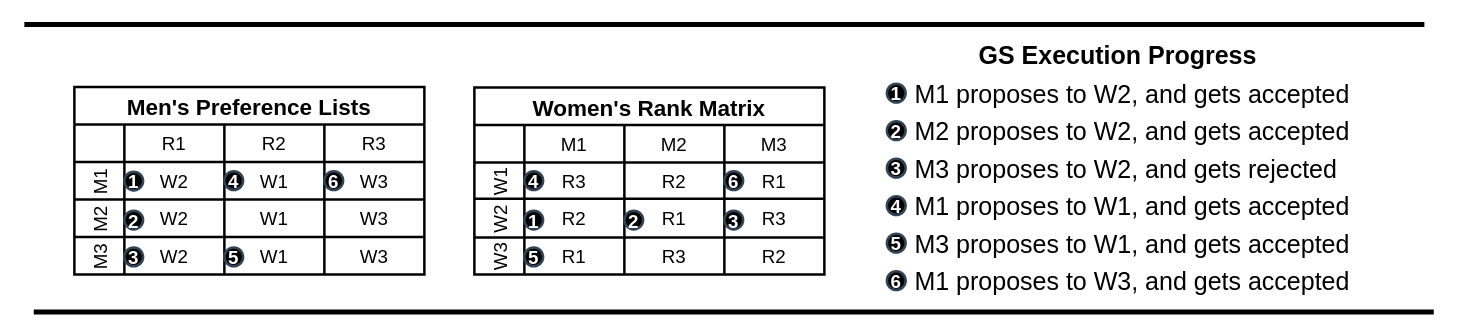
Earlier version of the draw.io diagram GSExecution.drawio (victorliu-sq/BambooSMP-Figures). Source tidied: cells renumbered, new cells numbered last; positions are measured from the earlier drawing's top-left corner, leaving out a move shared by most shapes. Both pictures are drawn from the tidied source at 125%, with x=0, y=0 at pixel (24, 24).
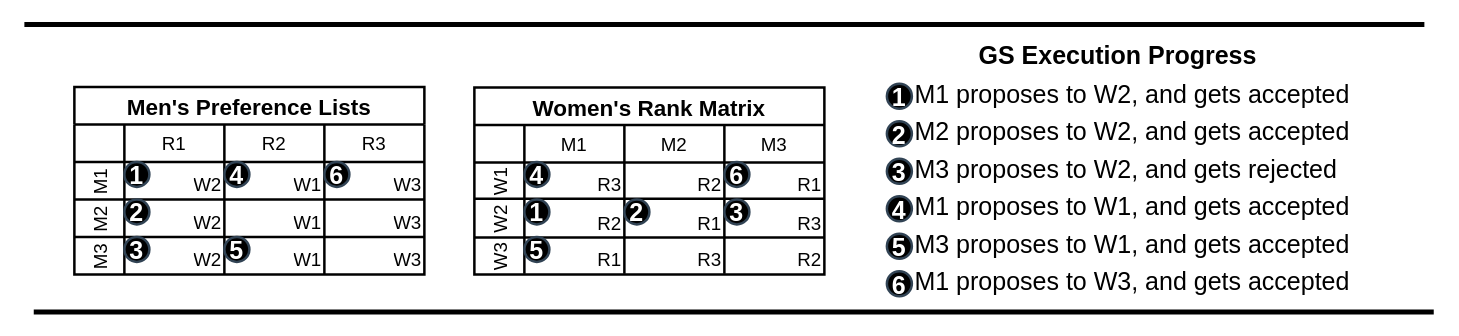
The same diagram, later.

The change refers to these unchanged cells:
```xml
<mxCell id="7" value="M1" style="shape=tableRow;horizontal=0;startSize=40;swimlaneHead=0;swimlaneBody=0;strokeColor=inherit;top=0;left=0;bottom=0;right=0;fillColor=none;fontSize=15;strokeWidth=2;" parent="2" vertex="1">
  <mxGeometry y="60" width="280" height="30" as="geometry" />
</mxCell>
<mxCell id="11" value="M2" style="shape=tableRow;horizontal=0;startSize=40;swimlaneHead=0;swimlaneBody=0;strokeColor=inherit;top=0;left=0;bottom=0;right=0;fillColor=none;fontSize=15;strokeWidth=2;" parent="2" vertex="1">
  <mxGeometry y="90" width="280" height="30" as="geometry" />
</mxCell>
<mxCell id="15" value="M3" style="shape=tableRow;horizontal=0;startSize=40;swimlaneHead=0;swimlaneBody=0;strokeColor=inherit;top=0;left=0;bottom=0;right=0;fillColor=none;fontSize=15;strokeWidth=2;" parent="2" vertex="1">
  <mxGeometry y="120" width="280" height="30" as="geometry" />
</mxCell>
<mxCell id="24" value="W1" style="shape=tableRow;horizontal=0;startSize=40;swimlaneHead=0;swimlaneBody=0;strokeColor=inherit;top=0;left=0;bottom=0;right=0;fillColor=none;fontSize=15;strokeWidth=2;" parent="19" vertex="1">
  <mxGeometry y="60" width="280" height="29" as="geometry" />
</mxCell>
<mxCell id="28" value="W2" style="shape=tableRow;horizontal=0;startSize=40;swimlaneHead=0;swimlaneBody=0;strokeColor=inherit;top=0;left=0;bottom=0;right=0;fillColor=none;fontSize=15;strokeWidth=2;" parent="19" vertex="1">
  <mxGeometry y="89" width="280" height="31" as="geometry" />
</mxCell>
<mxCell id="32" value="W3" style="shape=tableRow;horizontal=0;startSize=40;swimlaneHead=0;swimlaneBody=0;strokeColor=inherit;top=0;left=0;bottom=0;right=0;fillColor=none;fontSize=15;strokeWidth=2;" parent="19" vertex="1">
  <mxGeometry y="120" width="280" height="29" as="geometry" />
</mxCell>
```

Diff of the diagram source:
```diff
@@
-    <mxCell id="8" value="W2" style="shape=partialRectangle;html=1;whiteSpace=wrap;overflow=hidden;top=0;left=0;bottom=0;right=0;strokeColor=default;fillColor=none;fontSize=15;strokeWidth=2;" parent="7" vertex="1">
+    <mxCell id="8" value="W2" style="shape=partialRectangle;html=1;whiteSpace=wrap;overflow=hidden;top=0;left=0;bottom=0;right=0;strokeColor=default;fillColor=none;fontSize=15;strokeWidth=2;verticalAlign=bottom;align=right;" parent="7" vertex="1">
       <mxGeometry x="40" width="80" height="30" as="geometry" />
     </mxCell>
-    <mxCell id="9" value="W1" style="shape=partialRectangle;html=1;whiteSpace=wrap;overflow=hidden;top=0;left=0;bottom=0;right=0;fillColor=none;labelBackgroundColor=none;labelBorderColor=none;strokeColor=default;shadow=0;backgroundOutline=0;fontSize=15;strokeWidth=2;" parent="7" vertex="1">
+    <mxCell id="9" value="W1" style="shape=partialRectangle;html=1;whiteSpace=wrap;overflow=hidden;top=0;left=0;bottom=0;right=0;fillColor=none;labelBackgroundColor=none;labelBorderColor=none;strokeColor=default;shadow=0;backgroundOutline=0;fontSize=15;strokeWidth=2;verticalAlign=bottom;align=right;" parent="7" vertex="1">
       <mxGeometry x="120" width="80" height="30" as="geometry" />
     </mxCell>
-    <mxCell id="10" value="W3" style="shape=partialRectangle;html=1;whiteSpace=wrap;overflow=hidden;top=0;left=0;bottom=0;right=0;fillColor=none;fontSize=15;strokeWidth=2;" parent="7" vertex="1">
+    <mxCell id="10" value="W3" style="shape=partialRectangle;html=1;whiteSpace=wrap;overflow=hidden;top=0;left=0;bottom=0;right=0;fillColor=none;fontSize=15;strokeWidth=2;verticalAlign=bottom;align=right;" parent="7" vertex="1">
       <mxGeometry x="200" width="80" height="30" as="geometry" />
     </mxCell>
@@
-    <mxCell id="12" value="W2" style="shape=partialRectangle;html=1;whiteSpace=wrap;overflow=hidden;top=0;left=0;bottom=0;right=0;strokeOpacity=100;fillColor=none;fontSize=15;strokeWidth=2;" parent="11" vertex="1">
+    <mxCell id="12" value="W2" style="shape=partialRectangle;html=1;whiteSpace=wrap;overflow=hidden;top=0;left=0;bottom=0;right=0;strokeOpacity=100;fillColor=none;fontSize=15;strokeWidth=2;verticalAlign=bottom;align=right;" parent="11" vertex="1">
       <mxGeometry x="40" width="80" height="30" as="geometry" />
     </mxCell>
-    <mxCell id="13" value="W1" style="shape=partialRectangle;html=1;whiteSpace=wrap;strokeColor=inherit;overflow=hidden;fillColor=none;top=0;left=0;bottom=0;right=0;fontSize=15;strokeWidth=2;" parent="11" vertex="1">
+    <mxCell id="13" value="W1" style="shape=partialRectangle;html=1;whiteSpace=wrap;strokeColor=inherit;overflow=hidden;fillColor=none;top=0;left=0;bottom=0;right=0;fontSize=15;strokeWidth=2;verticalAlign=bottom;align=right;" parent="11" vertex="1">
       <mxGeometry x="120" width="80" height="30" as="geometry" />
     </mxCell>
-    <mxCell id="14" value="W3" style="shape=partialRectangle;html=1;whiteSpace=wrap;strokeColor=inherit;overflow=hidden;fillColor=none;top=0;left=0;bottom=0;right=0;fontSize=15;strokeWidth=2;" parent="11" vertex="1">
+    <mxCell id="14" value="W3" style="shape=partialRectangle;html=1;whiteSpace=wrap;strokeColor=inherit;overflow=hidden;fillColor=none;top=0;left=0;bottom=0;right=0;fontSize=15;strokeWidth=2;verticalAlign=bottom;align=right;" parent="11" vertex="1">
       <mxGeometry x="200" width="80" height="30" as="geometry" />
     </mxCell>
@@
-    <mxCell id="16" value="W2" style="shape=partialRectangle;html=1;whiteSpace=wrap;overflow=hidden;top=0;left=0;bottom=0;right=0;fillColor=none;fontSize=15;strokeWidth=2;" parent="15" vertex="1">
+    <mxCell id="16" value="W2" style="shape=partialRectangle;html=1;whiteSpace=wrap;overflow=hidden;top=0;left=0;bottom=0;right=0;fillColor=none;fontSize=15;strokeWidth=2;verticalAlign=bottom;align=right;" parent="15" vertex="1">
       <mxGeometry x="40" width="80" height="30" as="geometry" />
     </mxCell>
-    <mxCell id="17" value="W1" style="shape=partialRectangle;html=1;whiteSpace=wrap;overflow=hidden;top=0;left=0;bottom=0;right=0;fillColor=none;fontSize=15;strokeWidth=2;" parent="15" vertex="1">
+    <mxCell id="17" value="W1" style="shape=partialRectangle;html=1;whiteSpace=wrap;overflow=hidden;top=0;left=0;bottom=0;right=0;fillColor=none;fontSize=15;strokeWidth=2;verticalAlign=bottom;align=right;" parent="15" vertex="1">
       <mxGeometry x="120" width="80" height="30" as="geometry" />
     </mxCell>
-    <mxCell id="18" value="W3" style="shape=partialRectangle;html=1;whiteSpace=wrap;strokeColor=inherit;overflow=hidden;fillColor=none;top=0;left=0;bottom=0;right=0;fontSize=15;strokeWidth=2;" parent="15" vertex="1">
+    <mxCell id="18" value="W3" style="shape=partialRectangle;html=1;whiteSpace=wrap;strokeColor=inherit;overflow=hidden;fillColor=none;top=0;left=0;bottom=0;right=0;fontSize=15;strokeWidth=2;verticalAlign=bottom;align=right;" parent="15" vertex="1">
       <mxGeometry x="200" width="80" height="30" as="geometry" />
     </mxCell>
@@
-    <mxCell id="25" value="R3" style="shape=partialRectangle;html=1;whiteSpace=wrap;strokeColor=inherit;overflow=hidden;fillColor=none;top=0;left=0;bottom=0;right=0;fontSize=15;strokeWidth=2;" parent="24" vertex="1">
+    <mxCell id="25" value="R3" style="shape=partialRectangle;html=1;whiteSpace=wrap;strokeColor=inherit;overflow=hidden;fillColor=none;top=0;left=0;bottom=0;right=0;fontSize=15;strokeWidth=2;verticalAlign=bottom;align=right;" parent="24" vertex="1">
       <mxGeometry x="40" width="80" height="29" as="geometry" />
     </mxCell>
-    <mxCell id="26" value="R2" style="shape=partialRectangle;html=1;whiteSpace=wrap;strokeColor=inherit;overflow=hidden;fillColor=none;top=0;left=0;bottom=0;right=0;fontSize=15;strokeWidth=2;" parent="24" vertex="1">
+    <mxCell id="26" value="R2" style="shape=partialRectangle;html=1;whiteSpace=wrap;strokeColor=inherit;overflow=hidden;fillColor=none;top=0;left=0;bottom=0;right=0;fontSize=15;strokeWidth=2;verticalAlign=bottom;align=right;" parent="24" vertex="1">
       <mxGeometry x="120" width="80" height="29" as="geometry" />
     </mxCell>
-    <mxCell id="27" value="R1" style="shape=partialRectangle;html=1;whiteSpace=wrap;strokeColor=inherit;overflow=hidden;fillColor=none;top=0;left=0;bottom=0;right=0;fontSize=15;strokeWidth=2;" parent="24" vertex="1">
+    <mxCell id="27" value="R1" style="shape=partialRectangle;html=1;whiteSpace=wrap;strokeColor=inherit;overflow=hidden;fillColor=none;top=0;left=0;bottom=0;right=0;fontSize=15;strokeWidth=2;verticalAlign=bottom;align=right;" parent="24" vertex="1">
       <mxGeometry x="200" width="80" height="29" as="geometry" />
     </mxCell>
@@
-    <mxCell id="29" value="R2" style="shape=partialRectangle;html=1;whiteSpace=wrap;strokeColor=inherit;overflow=hidden;fillColor=none;top=0;left=0;bottom=0;right=0;fontSize=15;strokeWidth=2;" parent="28" vertex="1">
+    <mxCell id="29" value="R2" style="shape=partialRectangle;html=1;whiteSpace=wrap;strokeColor=inherit;overflow=hidden;fillColor=none;top=0;left=0;bottom=0;right=0;fontSize=15;strokeWidth=2;verticalAlign=bottom;align=right;" parent="28" vertex="1">
       <mxGeometry x="40" width="80" height="31" as="geometry" />
     </mxCell>
-    <mxCell id="30" value="R1" style="shape=partialRectangle;html=1;whiteSpace=wrap;strokeColor=inherit;overflow=hidden;fillColor=none;top=0;left=0;bottom=0;right=0;fontSize=15;strokeWidth=2;" parent="28" vertex="1">
+    <mxCell id="30" value="R1" style="shape=partialRectangle;html=1;whiteSpace=wrap;strokeColor=inherit;overflow=hidden;fillColor=none;top=0;left=0;bottom=0;right=0;fontSize=15;strokeWidth=2;verticalAlign=bottom;align=right;" parent="28" vertex="1">
       <mxGeometry x="120" width="80" height="31" as="geometry" />
     </mxCell>
-    <mxCell id="31" value="R3" style="shape=partialRectangle;html=1;whiteSpace=wrap;strokeColor=inherit;overflow=hidden;fillColor=none;top=0;left=0;bottom=0;right=0;fontSize=15;strokeWidth=2;" parent="28" vertex="1">
+    <mxCell id="31" value="R3" style="shape=partialRectangle;html=1;whiteSpace=wrap;strokeColor=inherit;overflow=hidden;fillColor=none;top=0;left=0;bottom=0;right=0;fontSize=15;strokeWidth=2;verticalAlign=bottom;align=right;" parent="28" vertex="1">
       <mxGeometry x="200" width="80" height="31" as="geometry" />
     </mxCell>
@@
-    <mxCell id="33" value="R1" style="shape=partialRectangle;html=1;whiteSpace=wrap;strokeColor=inherit;overflow=hidden;fillColor=none;top=0;left=0;bottom=0;right=0;fontSize=15;strokeWidth=2;" parent="32" vertex="1">
+    <mxCell id="33" value="R1" style="shape=partialRectangle;html=1;whiteSpace=wrap;strokeColor=inherit;overflow=hidden;fillColor=none;top=0;left=0;bottom=0;right=0;fontSize=15;strokeWidth=2;verticalAlign=bottom;align=right;" parent="32" vertex="1">
       <mxGeometry x="40" width="80" height="29" as="geometry" />
     </mxCell>
-    <mxCell id="34" value="R3" style="shape=partialRectangle;html=1;whiteSpace=wrap;strokeColor=inherit;overflow=hidden;fillColor=none;top=0;left=0;bottom=0;right=0;fontSize=15;strokeWidth=2;" parent="32" vertex="1">
+    <mxCell id="34" value="R3" style="shape=partialRectangle;html=1;whiteSpace=wrap;strokeColor=inherit;overflow=hidden;fillColor=none;top=0;left=0;bottom=0;right=0;fontSize=15;strokeWidth=2;verticalAlign=bottom;align=right;" parent="32" vertex="1">
       <mxGeometry x="120" width="80" height="29" as="geometry" />
     </mxCell>
-    <mxCell id="35" value="R2" style="shape=partialRectangle;html=1;whiteSpace=wrap;strokeColor=inherit;overflow=hidden;fillColor=none;top=0;left=0;bottom=0;right=0;fontSize=15;strokeWidth=2;" parent="32" vertex="1">
+    <mxCell id="35" value="R2" style="shape=partialRectangle;html=1;whiteSpace=wrap;strokeColor=inherit;overflow=hidden;fillColor=none;top=0;left=0;bottom=0;right=0;fontSize=15;strokeWidth=2;verticalAlign=bottom;align=right;" parent="32" vertex="1">
       <mxGeometry x="200" width="80" height="29" as="geometry" />
     </mxCell>
-    <mxCell id="36" value="1" style="ellipse;whiteSpace=wrap;html=1;strokeColor=#314354;align=center;verticalAlign=middle;fontFamily=Helvetica;fontSize=15;fillColor=#000000;fontColor=#ffffff;fontStyle=1;strokeWidth=2;" parent="1" vertex="1">
-      <mxGeometry x="690" y="47.5" width="15" height="15" as="geometry" />
+    <mxCell id="36" value="1" style="ellipse;whiteSpace=wrap;html=1;strokeColor=#314354;align=center;verticalAlign=middle;fontFamily=Helvetica;fontSize=20;fillColor=#000000;fontColor=#ffffff;fontStyle=1;strokeWidth=2;" parent="1" vertex="1">
+      <mxGeometry x="690" y="47.5" width="20" height="20" as="geometry" />
     </mxCell>
-    <mxCell id="37" value="2" style="ellipse;whiteSpace=wrap;html=1;strokeColor=#314354;align=center;verticalAlign=middle;fontFamily=Helvetica;fontSize=15;fillColor=#000000;fontColor=#ffffff;fontStyle=1;strokeWidth=2;" parent="1" vertex="1">
-      <mxGeometry x="690" y="77.5" width="15" height="15" as="geometry" />
+    <mxCell id="37" value="2" style="ellipse;whiteSpace=wrap;html=1;strokeColor=#314354;align=center;verticalAlign=middle;fontFamily=Helvetica;fontSize=20;fillColor=#000000;fontColor=#ffffff;fontStyle=1;strokeWidth=2;" parent="1" vertex="1">
+      <mxGeometry x="690" y="77.5" width="20" height="20" as="geometry" />
     </mxCell>
-    <mxCell id="38" value="3" style="ellipse;whiteSpace=wrap;html=1;strokeColor=#314354;align=center;verticalAlign=middle;fontFamily=Helvetica;fontSize=15;fillColor=#000000;fontColor=#ffffff;fontStyle=1;strokeWidth=2;" parent="1" vertex="1">
-      <mxGeometry x="690" y="107.5" width="15" height="15" as="geometry" />
+    <mxCell id="38" value="3" style="ellipse;whiteSpace=wrap;html=1;strokeColor=#314354;align=center;verticalAlign=middle;fontFamily=Helvetica;fontSize=20;fillColor=#000000;fontColor=#ffffff;fontStyle=1;strokeWidth=2;" parent="1" vertex="1">
+      <mxGeometry x="690" y="107.5" width="20" height="20" as="geometry" />
     </mxCell>
-    <mxCell id="39" value="4" style="ellipse;whiteSpace=wrap;html=1;strokeColor=#314354;align=center;verticalAlign=middle;fontFamily=Helvetica;fontSize=15;fillColor=#000000;fontColor=#ffffff;fontStyle=1;strokeWidth=2;" parent="1" vertex="1">
-      <mxGeometry x="690" y="137.5" width="15" height="15" as="geometry" />
+    <mxCell id="39" value="4" style="ellipse;whiteSpace=wrap;html=1;strokeColor=#314354;align=center;verticalAlign=middle;fontFamily=Helvetica;fontSize=20;fillColor=#000000;fontColor=#ffffff;fontStyle=1;strokeWidth=2;" parent="1" vertex="1">
+      <mxGeometry x="690" y="137.5" width="20" height="20" as="geometry" />
     </mxCell>
-    <mxCell id="40" value="5" style="ellipse;whiteSpace=wrap;html=1;strokeColor=#314354;align=center;verticalAlign=middle;fontFamily=Helvetica;fontSize=15;fillColor=#000000;fontColor=#ffffff;fontStyle=1;strokeWidth=2;" parent="1" vertex="1">
-      <mxGeometry x="690" y="167.5" width="15" height="15" as="geometry" />
+    <mxCell id="40" value="5" style="ellipse;whiteSpace=wrap;html=1;strokeColor=#314354;align=center;verticalAlign=middle;fontFamily=Helvetica;fontSize=20;fillColor=#000000;fontColor=#ffffff;fontStyle=1;strokeWidth=2;" parent="1" vertex="1">
+      <mxGeometry x="690" y="167.5" width="20" height="20" as="geometry" />
     </mxCell>
-    <mxCell id="41" value="6" style="ellipse;whiteSpace=wrap;html=1;strokeColor=#314354;align=center;verticalAlign=middle;fontFamily=Helvetica;fontSize=15;fillColor=#000000;fontColor=#ffffff;fontStyle=1;strokeWidth=2;" parent="1" vertex="1">
-      <mxGeometry x="690" y="197.5" width="15" height="15" as="geometry" />
+    <mxCell id="41" value="6" style="ellipse;whiteSpace=wrap;html=1;strokeColor=#314354;align=center;verticalAlign=middle;fontFamily=Helvetica;fontSize=20;fillColor=#000000;fontColor=#ffffff;fontStyle=1;strokeWidth=2;" parent="1" vertex="1">
+      <mxGeometry x="690" y="197.5" width="20" height="20" as="geometry" />
     </mxCell>
@@
-    <mxCell id="49" value="1" style="ellipse;whiteSpace=wrap;html=1;strokeColor=#314354;align=center;verticalAlign=middle;fontFamily=Helvetica;fontSize=15;fillColor=#000000;fontColor=#ffffff;fontStyle=1;strokeWidth=2;" parent="1" vertex="1">
-      <mxGeometry x="80" y="117.8" width="15" height="15" as="geometry" />
+    <mxCell id="49" value="1" style="ellipse;whiteSpace=wrap;html=1;strokeColor=#314354;align=center;verticalAlign=middle;fontFamily=Helvetica;fontSize=20;fillColor=#000000;fontColor=#ffffff;fontStyle=1;strokeWidth=2;" parent="1" vertex="1">
+      <mxGeometry x="80" y="110" width="20" height="20" as="geometry" />
     </mxCell>
-    <mxCell id="50" value="2" style="ellipse;whiteSpace=wrap;html=1;strokeColor=#314354;align=center;verticalAlign=middle;fontFamily=Helvetica;fontSize=15;fillColor=#000000;fontColor=#ffffff;fontStyle=1;strokeWidth=2;" parent="1" vertex="1">
-      <mxGeometry x="80" y="149" width="15" height="15" as="geometry" />
+    <mxCell id="50" value="2" style="ellipse;whiteSpace=wrap;html=1;strokeColor=#314354;align=center;verticalAlign=middle;fontFamily=Helvetica;fontSize=20;fillColor=#000000;fontColor=#ffffff;fontStyle=1;strokeWidth=2;" parent="1" vertex="1">
+      <mxGeometry x="80" y="140" width="20" height="20" as="geometry" />
     </mxCell>
-    <mxCell id="51" value="3" style="ellipse;whiteSpace=wrap;html=1;strokeColor=#314354;align=center;verticalAlign=middle;fontFamily=Helvetica;fontSize=15;fillColor=#000000;fontColor=#ffffff;fontStyle=1;strokeWidth=2;" parent="1" vertex="1">
-      <mxGeometry x="80" y="178.5" width="15" height="15" as="geometry" />
+    <mxCell id="51" value="3" style="ellipse;whiteSpace=wrap;html=1;strokeColor=#314354;align=center;verticalAlign=middle;fontFamily=Helvetica;fontSize=20;fillColor=#000000;fontColor=#ffffff;fontStyle=1;strokeWidth=2;" parent="1" vertex="1">
+      <mxGeometry x="80" y="170" width="20" height="20" as="geometry" />
     </mxCell>
-    <mxCell id="52" value="4" style="ellipse;whiteSpace=wrap;html=1;strokeColor=#314354;align=center;verticalAlign=middle;fontFamily=Helvetica;fontSize=15;fillColor=#000000;fontColor=#ffffff;fontStyle=1;strokeWidth=2;" parent="1" vertex="1">
-      <mxGeometry x="160" y="117.5" width="15" height="15" as="geometry" />
+    <mxCell id="52" value="4" style="ellipse;whiteSpace=wrap;html=1;strokeColor=#314354;align=center;verticalAlign=middle;fontFamily=Helvetica;fontSize=20;fillColor=#000000;fontColor=#ffffff;fontStyle=1;strokeWidth=2;" parent="1" vertex="1">
+      <mxGeometry x="160" y="110" width="20" height="20" as="geometry" />
     </mxCell>
-    <mxCell id="53" value="5" style="ellipse;whiteSpace=wrap;html=1;strokeColor=#314354;align=center;verticalAlign=middle;fontFamily=Helvetica;fontSize=15;fillColor=#000000;fontColor=#ffffff;fontStyle=1;strokeWidth=2;" parent="1" vertex="1">
-      <mxGeometry x="160" y="178.5" width="15" height="15" as="geometry" />
+    <mxCell id="53" value="5" style="ellipse;whiteSpace=wrap;html=1;strokeColor=#314354;align=center;verticalAlign=middle;fontFamily=Helvetica;fontSize=20;fillColor=#000000;fontColor=#ffffff;fontStyle=1;strokeWidth=2;" parent="1" vertex="1">
+      <mxGeometry x="160" y="170" width="20" height="20" as="geometry" />
     </mxCell>
-    <mxCell id="54" value="6" style="ellipse;whiteSpace=wrap;html=1;strokeColor=#314354;align=center;verticalAlign=middle;fontFamily=Helvetica;fontSize=15;fillColor=#000000;fontColor=#ffffff;fontStyle=1;strokeWidth=2;" parent="1" vertex="1">
-      <mxGeometry x="240" y="117.5" width="15" height="15" as="geometry" />
+    <mxCell id="54" value="6" style="ellipse;whiteSpace=wrap;html=1;strokeColor=#314354;align=center;verticalAlign=middle;fontFamily=Helvetica;fontSize=20;fillColor=#000000;fontColor=#ffffff;fontStyle=1;strokeWidth=2;" parent="1" vertex="1">
+      <mxGeometry x="240" y="110" width="20" height="20" as="geometry" />
     </mxCell>
-    <mxCell id="55" value="1" style="ellipse;whiteSpace=wrap;html=1;strokeColor=#314354;align=center;verticalAlign=middle;fontFamily=Helvetica;fontSize=15;fillColor=#000000;fontColor=#ffffff;fontStyle=1;strokeWidth=2;" parent="1" vertex="1">
-      <mxGeometry x="400" y="149" width="15" height="15" as="geometry" />
+    <mxCell id="55" value="1" style="ellipse;whiteSpace=wrap;html=1;strokeColor=#314354;align=center;verticalAlign=middle;fontFamily=Helvetica;fontSize=20;fillColor=#000000;fontColor=#ffffff;fontStyle=1;strokeWidth=2;" parent="1" vertex="1">
+      <mxGeometry x="400" y="140" width="20" height="20" as="geometry" />
     </mxCell>
-    <mxCell id="56" value="2" style="ellipse;whiteSpace=wrap;html=1;strokeColor=#314354;align=center;verticalAlign=middle;fontFamily=Helvetica;fontSize=15;fillColor=#000000;fontColor=#ffffff;fontStyle=1;strokeWidth=2;" parent="1" vertex="1">
-      <mxGeometry x="480" y="149" width="15" height="15" as="geometry" />
+    <mxCell id="56" value="2" style="ellipse;whiteSpace=wrap;html=1;strokeColor=#314354;align=center;verticalAlign=middle;fontFamily=Helvetica;fontSize=20;fillColor=#000000;fontColor=#ffffff;fontStyle=1;strokeWidth=2;" parent="1" vertex="1">
+      <mxGeometry x="480" y="140" width="20" height="20" as="geometry" />
     </mxCell>
-    <mxCell id="57" value="3" style="ellipse;whiteSpace=wrap;html=1;strokeColor=#314354;align=center;verticalAlign=middle;fontFamily=Helvetica;fontSize=15;fillColor=#000000;fontColor=#ffffff;fontStyle=1;spacing=0;strokeWidth=2;" parent="1" vertex="1">
-      <mxGeometry x="560" y="149" width="15" height="15" as="geometry" />
+    <mxCell id="57" value="3" style="ellipse;whiteSpace=wrap;html=1;strokeColor=#314354;align=center;verticalAlign=middle;fontFamily=Helvetica;fontSize=20;fillColor=#000000;fontColor=#ffffff;fontStyle=1;spacing=0;strokeWidth=2;" parent="1" vertex="1">
+      <mxGeometry x="560" y="140" width="20" height="20" as="geometry" />
     </mxCell>
-    <mxCell id="58" value="6" style="ellipse;whiteSpace=wrap;html=1;strokeColor=#314354;align=center;verticalAlign=middle;fontFamily=Helvetica;fontSize=15;fillColor=#000000;fontColor=#ffffff;fontStyle=1;strokeWidth=2;" parent="1" vertex="1">
-      <mxGeometry x="560" y="117.5" width="15" height="15" as="geometry" />
+    <mxCell id="58" value="6" style="ellipse;whiteSpace=wrap;html=1;strokeColor=#314354;align=center;verticalAlign=middle;fontFamily=Helvetica;fontSize=20;fillColor=#000000;fontColor=#ffffff;fontStyle=1;strokeWidth=2;" parent="1" vertex="1">
+      <mxGeometry x="560" y="110" width="20" height="20" as="geometry" />
     </mxCell>
-    <mxCell id="59" value="5" style="ellipse;whiteSpace=wrap;html=1;strokeColor=#314354;align=center;verticalAlign=middle;fontFamily=Helvetica;fontSize=15;fillColor=#000000;fontColor=#ffffff;fontStyle=1;strokeWidth=2;" parent="1" vertex="1">
-      <mxGeometry x="400" y="178.5" width="15" height="15" as="geometry" />
+    <mxCell id="59" value="5" style="ellipse;whiteSpace=wrap;html=1;strokeColor=#314354;align=center;verticalAlign=middle;fontFamily=Helvetica;fontSize=20;fillColor=#000000;fontColor=#ffffff;fontStyle=1;strokeWidth=2;" parent="1" vertex="1">
+      <mxGeometry x="400" y="170" width="20" height="20" as="geometry" />
     </mxCell>
-    <mxCell id="60" value="4" style="ellipse;whiteSpace=wrap;html=1;strokeColor=#314354;align=center;verticalAlign=middle;fontFamily=Helvetica;fontSize=15;fillColor=#000000;fontColor=#ffffff;fontStyle=1;strokeWidth=2;" parent="1" vertex="1">
-      <mxGeometry x="400" y="117.5" width="15" height="15" as="geometry" />
+    <mxCell id="60" value="4" style="ellipse;whiteSpace=wrap;html=1;strokeColor=#314354;align=center;verticalAlign=middle;fontFamily=Helvetica;fontSize=20;fillColor=#000000;fontColor=#ffffff;fontStyle=1;strokeWidth=2;" parent="1" vertex="1">
+      <mxGeometry x="400" y="110" width="20" height="20" as="geometry" />
     </mxCell>
```
